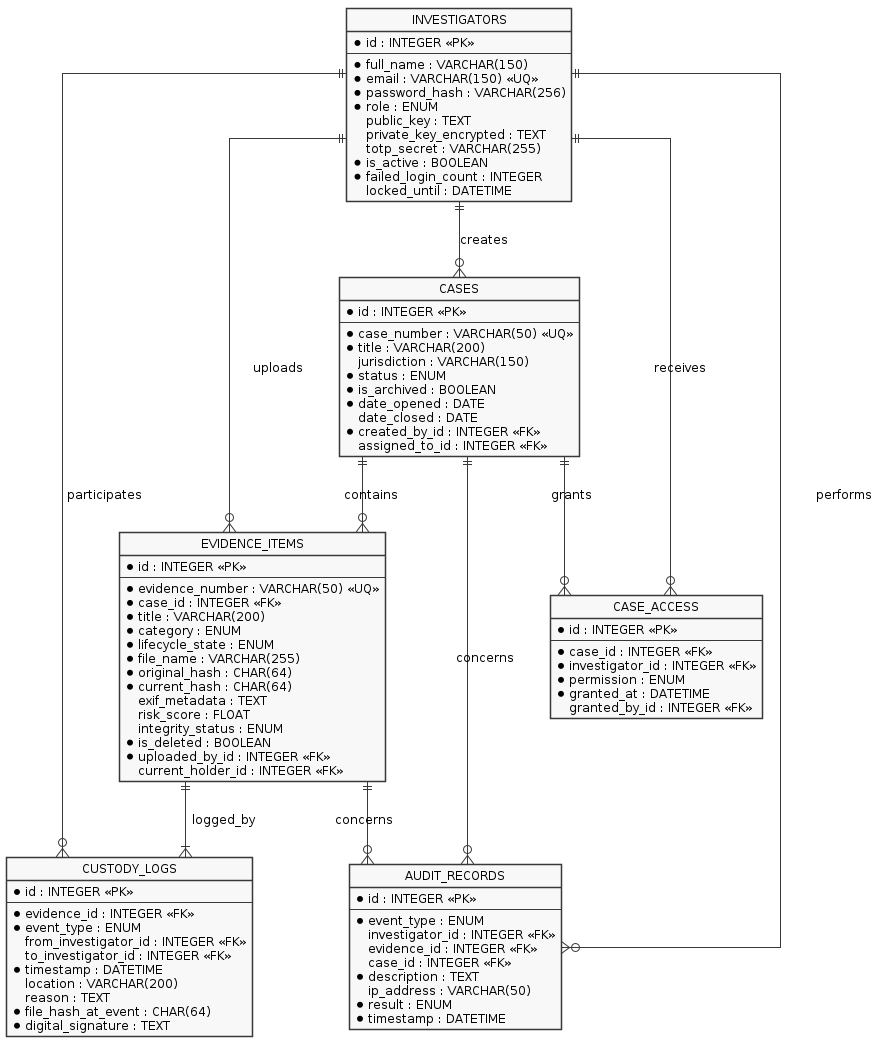
The PlantUML diagram diagrams_png/03_er.png in vidhyaharini0/DEICMS, before a commit. Source of this version:
```plantuml
@startuml
skinparam monochrome true
skinparam shadowing false
skinparam defaultFontName Arial
skinparam defaultFontSize 12
skinparam backgroundColor white
hide circle
skinparam linetype ortho

entity "INVESTIGATORS" as INV {
  * id : INTEGER <<PK>>
  --
  * full_name : VARCHAR(150)
  * email : VARCHAR(150) <<UQ>>
  * password_hash : VARCHAR(256)
  * role : ENUM
  public_key : TEXT
  private_key_encrypted : TEXT
  totp_secret : VARCHAR(255)
  * is_active : BOOLEAN
  * failed_login_count : INTEGER
  locked_until : DATETIME
}

entity "CASES" as CASE {
  * id : INTEGER <<PK>>
  --
  * case_number : VARCHAR(50) <<UQ>>
  * title : VARCHAR(200)
  jurisdiction : VARCHAR(150)
  * status : ENUM
  * is_archived : BOOLEAN
  * date_opened : DATE
  date_closed : DATE
  * created_by_id : INTEGER <<FK>>
  assigned_to_id : INTEGER <<FK>>
}

entity "EVIDENCE_ITEMS" as EV {
  * id : INTEGER <<PK>>
  --
  * evidence_number : VARCHAR(50) <<UQ>>
  * case_id : INTEGER <<FK>>
  * title : VARCHAR(200)
  * category : ENUM
  * lifecycle_state : ENUM
  * file_name : VARCHAR(255)
  * original_hash : CHAR(64)
  * current_hash : CHAR(64)
  exif_metadata : TEXT
  risk_score : FLOAT
  integrity_status : ENUM
  * is_deleted : BOOLEAN
  * uploaded_by_id : INTEGER <<FK>>
  current_holder_id : INTEGER <<FK>>
}

entity "CUSTODY_LOGS" as CL {
  * id : INTEGER <<PK>>
  --
  * evidence_id : INTEGER <<FK>>
  * event_type : ENUM
  from_investigator_id : INTEGER <<FK>>
  to_investigator_id : INTEGER <<FK>>
  * timestamp : DATETIME
  location : VARCHAR(200)
  reason : TEXT
  * file_hash_at_event : CHAR(64)
  * digital_signature : TEXT
}

entity "AUDIT_RECORDS" as AR {
  * id : INTEGER <<PK>>
  --
  * event_type : ENUM
  investigator_id : INTEGER <<FK>>
  evidence_id : INTEGER <<FK>>
  case_id : INTEGER <<FK>>
  * description : TEXT
  ip_address : VARCHAR(50)
  * result : ENUM
  * timestamp : DATETIME
}

entity "CASE_ACCESS" as CA {
  * id : INTEGER <<PK>>
  --
  * case_id : INTEGER <<FK>>
  * investigator_id : INTEGER <<FK>>
  * permission : ENUM
  * granted_at : DATETIME
  granted_by_id : INTEGER <<FK>>
}

INV ||--o{ CASE : creates
INV ||--o{ EV : uploads
CASE ||--o{ EV : contains
EV ||--|{ CL : logged_by
INV ||--o{ CL : participates
INV ||--o{ AR : performs
EV ||--o{ AR : concerns
CASE ||--o{ AR : concerns
CASE ||--o{ CA : grants
INV ||--o{ CA : receives
@enduml
```
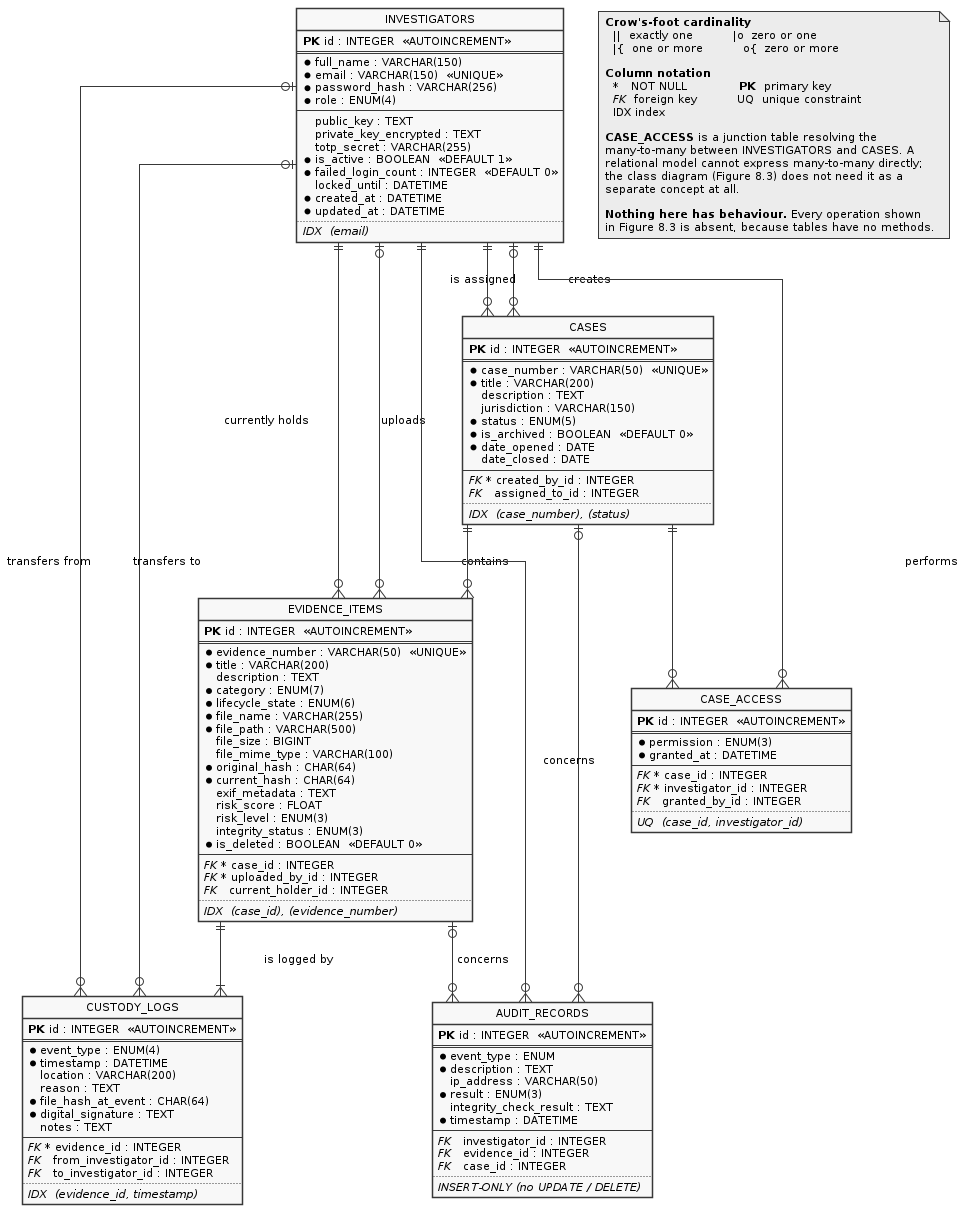
Later version of the same file.

Change to the diagram source:
```diff
@@ -2,104 +2,159 @@
 skinparam monochrome true
 skinparam shadowing false
 skinparam defaultFontName Arial
-skinparam defaultFontSize 12
+skinparam defaultFontSize 11
 skinparam backgroundColor white
+skinparam linetype ortho
 hide circle
-skinparam linetype ortho
+hide methods
+
 
 entity "INVESTIGATORS" as INV {
-  * id : INTEGER <<PK>>
+  <b>PK</b> id : INTEGER  <<AUTOINCREMENT>>
+  ==
+  * full_name : VARCHAR(150)
+  * email : VARCHAR(150)  <<UNIQUE>>
+  * password_hash : VARCHAR(256)
+  * role : ENUM(4)
   --
-  * full_name : VARCHAR(150)
-  * email : VARCHAR(150) <<UQ>>
-  * password_hash : VARCHAR(256)
-  * role : ENUM
   public_key : TEXT
   private_key_encrypted : TEXT
   totp_secret : VARCHAR(255)
-  * is_active : BOOLEAN
-  * failed_login_count : INTEGER
+  * is_active : BOOLEAN  <<DEFAULT 1>>
+  * failed_login_count : INTEGER  <<DEFAULT 0>>
   locked_until : DATETIME
+  * created_at : DATETIME
+  * updated_at : DATETIME
+  ..
+  <i>IDX  (email)</i>
 }
 
 entity "CASES" as CASE {
-  * id : INTEGER <<PK>>
-  --
-  * case_number : VARCHAR(50) <<UQ>>
+  <b>PK</b> id : INTEGER  <<AUTOINCREMENT>>
+  ==
+  * case_number : VARCHAR(50)  <<UNIQUE>>
   * title : VARCHAR(200)
+  description : TEXT
   jurisdiction : VARCHAR(150)
-  * status : ENUM
-  * is_archived : BOOLEAN
+  * status : ENUM(5)
+  * is_archived : BOOLEAN  <<DEFAULT 0>>
   * date_opened : DATE
   date_closed : DATE
-  * created_by_id : INTEGER <<FK>>
-  assigned_to_id : INTEGER <<FK>>
+  --
+  <i>FK</i> * created_by_id : INTEGER
+  <i>FK</i>   assigned_to_id : INTEGER
+  ..
+  <i>IDX  (case_number), (status)</i>
 }
 
 entity "EVIDENCE_ITEMS" as EV {
-  * id : INTEGER <<PK>>
-  --
-  * evidence_number : VARCHAR(50) <<UQ>>
-  * case_id : INTEGER <<FK>>
+  <b>PK</b> id : INTEGER  <<AUTOINCREMENT>>
+  ==
+  * evidence_number : VARCHAR(50)  <<UNIQUE>>
   * title : VARCHAR(200)
-  * category : ENUM
-  * lifecycle_state : ENUM
+  description : TEXT
+  * category : ENUM(7)
+  * lifecycle_state : ENUM(6)
   * file_name : VARCHAR(255)
+  * file_path : VARCHAR(500)
+  file_size : BIGINT
+  file_mime_type : VARCHAR(100)
   * original_hash : CHAR(64)
   * current_hash : CHAR(64)
   exif_metadata : TEXT
   risk_score : FLOAT
-  integrity_status : ENUM
-  * is_deleted : BOOLEAN
-  * uploaded_by_id : INTEGER <<FK>>
-  current_holder_id : INTEGER <<FK>>
+  risk_level : ENUM(3)
+  integrity_status : ENUM(3)
+  * is_deleted : BOOLEAN  <<DEFAULT 0>>
+  --
+  <i>FK</i> * case_id : INTEGER
+  <i>FK</i> * uploaded_by_id : INTEGER
+  <i>FK</i>   current_holder_id : INTEGER
+  ..
+  <i>IDX  (case_id), (evidence_number)</i>
 }
 
 entity "CUSTODY_LOGS" as CL {
-  * id : INTEGER <<PK>>
-  --
-  * evidence_id : INTEGER <<FK>>
-  * event_type : ENUM
-  from_investigator_id : INTEGER <<FK>>
-  to_investigator_id : INTEGER <<FK>>
+  <b>PK</b> id : INTEGER  <<AUTOINCREMENT>>
+  ==
+  * event_type : ENUM(4)
   * timestamp : DATETIME
   location : VARCHAR(200)
   reason : TEXT
   * file_hash_at_event : CHAR(64)
   * digital_signature : TEXT
+  notes : TEXT
+  --
+  <i>FK</i> * evidence_id : INTEGER
+  <i>FK</i>   from_investigator_id : INTEGER
+  <i>FK</i>   to_investigator_id : INTEGER
+  ..
+  <i>IDX  (evidence_id, timestamp)</i>
 }
 
 entity "AUDIT_RECORDS" as AR {
-  * id : INTEGER <<PK>>
-  --
+  <b>PK</b> id : INTEGER  <<AUTOINCREMENT>>
+  ==
   * event_type : ENUM
-  investigator_id : INTEGER <<FK>>
-  evidence_id : INTEGER <<FK>>
-  case_id : INTEGER <<FK>>
   * description : TEXT
   ip_address : VARCHAR(50)
-  * result : ENUM
+  * result : ENUM(3)
+  integrity_check_result : TEXT
   * timestamp : DATETIME
+  --
+  <i>FK</i>   investigator_id : INTEGER
+  <i>FK</i>   evidence_id : INTEGER
+  <i>FK</i>   case_id : INTEGER
+  ..
+  <i>INSERT-ONLY (no UPDATE / DELETE)</i>
 }
 
 entity "CASE_ACCESS" as CA {
-  * id : INTEGER <<PK>>
+  <b>PK</b> id : INTEGER  <<AUTOINCREMENT>>
+  ==
+  * permission : ENUM(3)
+  * granted_at : DATETIME
   --
-  * case_id : INTEGER <<FK>>
-  * investigator_id : INTEGER <<FK>>
-  * permission : ENUM
-  * granted_at : DATETIME
-  granted_by_id : INTEGER <<FK>>
+  <i>FK</i> * case_id : INTEGER
+  <i>FK</i> * investigator_id : INTEGER
+  <i>FK</i>   granted_by_id : INTEGER
+  ..
+  <i>UQ  (case_id, investigator_id)</i>
 }
 
-INV ||--o{ CASE : creates
-INV ||--o{ EV : uploads
-CASE ||--o{ EV : contains
-EV ||--|{ CL : logged_by
-INV ||--o{ CL : participates
-INV ||--o{ AR : performs
-EV ||--o{ AR : concerns
-CASE ||--o{ AR : concerns
-CASE ||--o{ CA : grants
-INV ||--o{ CA : receives
+CASE ||--o{ EV : "contains"
+EV   ||--|{ CL : "is logged by"
+
+INV ||--o{ CASE : "creates"
+INV |o--o{ CASE : "is assigned"
+INV ||--o{ EV   : "uploads"
+INV |o--o{ EV   : "currently holds"
+INV |o--o{ CL   : "transfers from"
+INV |o--o{ CL   : "transfers to"
+INV ||--o{ AR   : "performs"
+EV  |o--o{ AR   : "concerns"
+CASE |o--o{ AR  : "concerns"
+
+CASE ||--o{ CA : ""
+INV  ||--o{ CA : ""
+
+note as N1
+  <b>Crow's-foot cardinality</b>
+    ||  exactly one          |o  zero or one
+    |{  one or more          o{  zero or more
+
+  <b>Column notation</b>
+    *   NOT NULL             <b>PK</b>  primary key
+    <i>FK</i>  foreign key          UQ  unique constraint
+    IDX index
+
+  <b>CASE_ACCESS</b> is a junction table resolving the
+  many-to-many between INVESTIGATORS and CASES. A
+  relational model cannot express many-to-many directly;
+  the class diagram (Figure 8.3) does not need it as a
+  separate concept at all.
+
+  <b>Nothing here has behaviour.</b> Every operation shown
+  in Figure 8.3 is absent, because tables have no methods.
+end note
 @enduml
```
